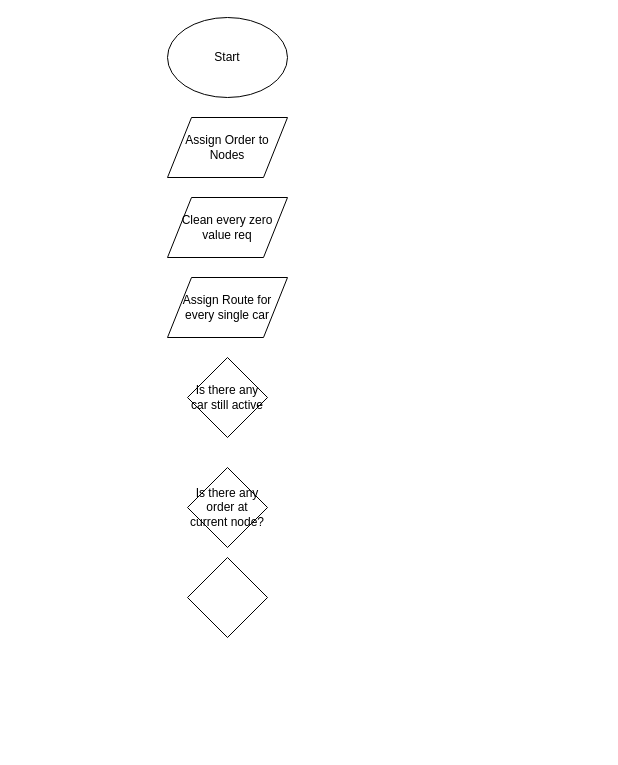
The draw.io diagram FlowchartVRPPD.drawio in AlbertHM/WahahaSystem, before the edit. Source tidied: cells renumbered, new cells numbered last; positions are measured from the earlier drawing's top-left corner, leaving out a move shared by most shapes. Both pictures are drawn from the tidied source at 100%, with x=0, y=0 at pixel (167, 17).
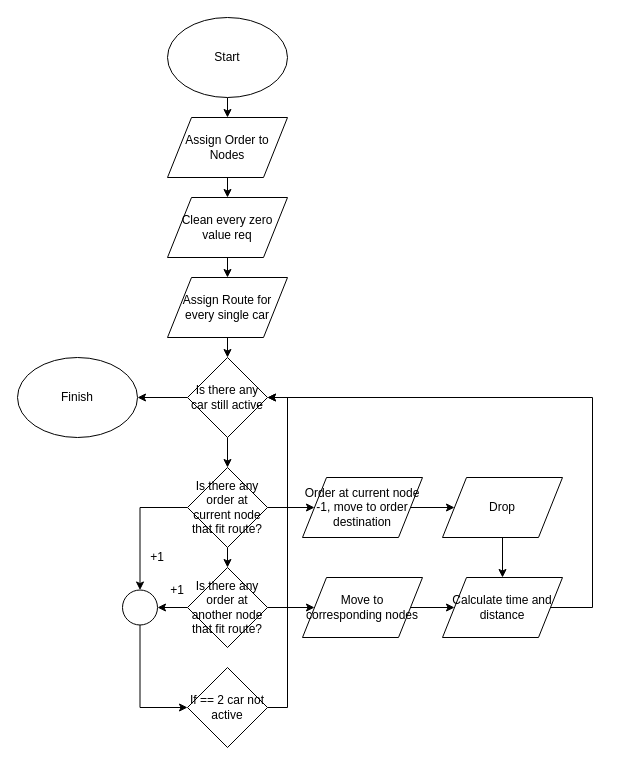
Above is the later version.

Unchanged cells that the change refers to:
```xml
<mxCell id="2" value="Start" style="ellipse;whiteSpace=wrap;html=1;" parent="1" vertex="1">
  <mxGeometry width="120" height="80" as="geometry" />
</mxCell>
<mxCell id="3" value="Assign Order to Nodes" style="shape=parallelogram;perimeter=parallelogramPerimeter;whiteSpace=wrap;html=1;" parent="1" vertex="1">
  <mxGeometry y="100" width="120" height="60" as="geometry" />
</mxCell>
<mxCell id="4" value="Clean every zero value req" style="shape=parallelogram;perimeter=parallelogramPerimeter;whiteSpace=wrap;html=1;" parent="1" vertex="1">
  <mxGeometry y="180" width="120" height="60" as="geometry" />
</mxCell>
<mxCell id="5" value="Assign Route for every single car" style="shape=parallelogram;perimeter=parallelogramPerimeter;whiteSpace=wrap;html=1;" parent="1" vertex="1">
  <mxGeometry y="260" width="120" height="60" as="geometry" />
</mxCell>
<mxCell id="6" value="Is there any car still active" style="rhombus;whiteSpace=wrap;html=1;" parent="1" vertex="1">
  <mxGeometry x="20" y="340" width="80" height="80" as="geometry" />
</mxCell>
```

Diff of the diagram source:
```diff
@@
+    <mxCell id="9" style="edgeStyle=orthogonalEdgeStyle;rounded=0;jettySize=auto;html=1;exitX=0.5;exitY=1;exitDx=0;exitDy=0;entryX=0.5;entryY=0;entryDx=0;entryDy=0;" parent="1" edge="1" source="2" target="3">
+      <mxGeometry relative="1" as="geometry" />
+    </mxCell>
@@
+    <mxCell id="10" style="edgeStyle=orthogonalEdgeStyle;rounded=0;jettySize=auto;html=1;exitX=0.5;exitY=1;exitDx=0;exitDy=0;entryX=0.5;entryY=0;entryDx=0;entryDy=0;" parent="1" edge="1" source="3" target="4">
+      <mxGeometry relative="1" as="geometry" />
+    </mxCell>
@@
+    <mxCell id="11" style="edgeStyle=orthogonalEdgeStyle;rounded=0;jettySize=auto;html=1;exitX=0.5;exitY=1;exitDx=0;exitDy=0;entryX=0.5;entryY=0;entryDx=0;entryDy=0;" parent="1" edge="1" source="4" target="5">
+      <mxGeometry relative="1" as="geometry" />
+    </mxCell>
@@
+    <mxCell id="12" style="edgeStyle=orthogonalEdgeStyle;rounded=0;jettySize=auto;html=1;exitX=0.5;exitY=1;exitDx=0;exitDy=0;entryX=0.5;entryY=0;entryDx=0;entryDy=0;" parent="1" edge="1" source="5" target="6">
+      <mxGeometry relative="1" as="geometry" />
+    </mxCell>
@@
+    <mxCell id="13" style="edgeStyle=orthogonalEdgeStyle;rounded=0;jettySize=auto;html=1;exitX=0.5;exitY=1;exitDx=0;exitDy=0;entryX=0.5;entryY=0;entryDx=0;entryDy=0;" parent="1" edge="1" source="6" target="7">
+      <mxGeometry relative="1" as="geometry" />
+    </mxCell>
+    <mxCell id="14" style="edgeStyle=orthogonalEdgeStyle;rounded=0;jettySize=auto;html=1;exitX=0;exitY=0.5;exitDx=0;exitDy=0;entryX=1;entryY=0.5;entryDx=0;entryDy=0;" parent="1" edge="1" source="6" target="34">
+      <mxGeometry relative="1" as="geometry" />
+    </mxCell>
@@
+    <mxCell id="15" style="edgeStyle=orthogonalEdgeStyle;rounded=0;jettySize=auto;html=1;exitX=0.5;exitY=1;exitDx=0;exitDy=0;entryX=0.5;entryY=0;entryDx=0;entryDy=0;" parent="1" edge="1" source="7" target="8">
+      <mxGeometry relative="1" as="geometry" />
+    </mxCell>
+    <mxCell id="16" style="edgeStyle=orthogonalEdgeStyle;rounded=0;jettySize=auto;html=1;exitX=1;exitY=0.5;exitDx=0;exitDy=0;entryX=0;entryY=0.5;entryDx=0;entryDy=0;" parent="1" edge="1" source="7" target="21">
+      <mxGeometry relative="1" as="geometry" />
+    </mxCell>
+    <mxCell id="17" style="edgeStyle=orthogonalEdgeStyle;rounded=0;jettySize=auto;html=1;exitX=0;exitY=0.5;exitDx=0;exitDy=0;entryX=0.5;entryY=0;entryDx=0;entryDy=0;" parent="1" edge="1" source="7" target="29">
+      <mxGeometry relative="1" as="geometry" />
+    </mxCell>
-    <mxCell id="7" value="Is there any order at current node?" style="rhombus;whiteSpace=wrap;html=1;" parent="1" vertex="1">
+    <mxCell id="7" value="Is there any order at current node that fit route?" style="rhombus;whiteSpace=wrap;html=1;" parent="1" vertex="1">
       <mxGeometry x="20" y="450" width="80" height="80" as="geometry" />
     </mxCell>
+    <mxCell id="18" style="edgeStyle=orthogonalEdgeStyle;rounded=0;jettySize=auto;html=1;exitX=1;exitY=0.5;exitDx=0;exitDy=0;entryX=0;entryY=0.5;entryDx=0;entryDy=0;" parent="1" edge="1" source="8" target="23">
+      <mxGeometry relative="1" as="geometry" />
+    </mxCell>
+    <mxCell id="19" style="edgeStyle=orthogonalEdgeStyle;rounded=0;jettySize=auto;html=1;exitX=0;exitY=0.5;exitDx=0;exitDy=0;entryX=1;entryY=0.5;entryDx=0;entryDy=0;" parent="1" edge="1" source="8" target="29">
+      <mxGeometry relative="1" as="geometry" />
+    </mxCell>
-    <mxCell id="8" style="rhombus;whiteSpace=wrap;html=1;" parent="1" vertex="1">
-      <mxGeometry x="20" y="540" width="80" height="80" as="geometry" />
+    <mxCell id="8" value="Is there any order at another node that fit route?" style="rhombus;whiteSpace=wrap;html=1;" parent="1" vertex="1">
+      <mxGeometry x="20" y="550" width="80" height="80" as="geometry" />
     </mxCell>
+    <mxCell id="20" style="edgeStyle=orthogonalEdgeStyle;rounded=0;jettySize=auto;html=1;exitX=1;exitY=0.5;exitDx=0;exitDy=0;entryX=0;entryY=0.5;entryDx=0;entryDy=0;" parent="1" edge="1" source="21" target="25">
+      <mxGeometry relative="1" as="geometry" />
+    </mxCell>
+    <mxCell id="21" value="Order at current node -1, move to order destination" style="shape=parallelogram;perimeter=parallelogramPerimeter;whiteSpace=wrap;html=1;" parent="1" vertex="1">
+      <mxGeometry x="135" y="460" width="120" height="60" as="geometry" />
+    </mxCell>
+    <mxCell id="22" style="edgeStyle=orthogonalEdgeStyle;rounded=0;jettySize=auto;html=1;exitX=1;exitY=0.5;exitDx=0;exitDy=0;entryX=0;entryY=0.5;entryDx=0;entryDy=0;" parent="1" edge="1" source="23" target="27">
+      <mxGeometry relative="1" as="geometry" />
+    </mxCell>
+    <mxCell id="23" value="Move to corresponding nodes" style="shape=parallelogram;perimeter=parallelogramPerimeter;whiteSpace=wrap;html=1;" parent="1" vertex="1">
+      <mxGeometry x="135" y="560" width="120" height="60" as="geometry" />
+    </mxCell>
+    <mxCell id="24" style="edgeStyle=orthogonalEdgeStyle;rounded=0;jettySize=auto;html=1;exitX=0.5;exitY=1;exitDx=0;exitDy=0;entryX=0.5;entryY=0;entryDx=0;entryDy=0;" parent="1" edge="1" source="25" target="27">
+      <mxGeometry relative="1" as="geometry" />
+    </mxCell>
+    <mxCell id="25" value="Drop" style="shape=parallelogram;perimeter=parallelogramPerimeter;whiteSpace=wrap;html=1;" parent="1" vertex="1">
+      <mxGeometry x="275" y="460" width="120" height="60" as="geometry" />
+    </mxCell>
+    <mxCell id="26" style="edgeStyle=orthogonalEdgeStyle;rounded=0;jettySize=auto;html=1;exitX=1;exitY=0.5;exitDx=0;exitDy=0;entryX=1;entryY=0.5;entryDx=0;entryDy=0;" parent="1" edge="1" source="27" target="6">
+      <mxGeometry relative="1" as="geometry">
+        <Array as="points">
+          <mxPoint x="425" y="590" />
+          <mxPoint x="425" y="380" />
+        </Array>
+      </mxGeometry>
+    </mxCell>
+    <mxCell id="27" value="Calculate time and distance" style="shape=parallelogram;perimeter=parallelogramPerimeter;whiteSpace=wrap;html=1;" parent="1" vertex="1">
+      <mxGeometry x="275" y="560" width="120" height="60" as="geometry" />
+    </mxCell>
+    <mxCell id="28" style="edgeStyle=orthogonalEdgeStyle;rounded=0;jettySize=auto;html=1;exitX=0.5;exitY=1;exitDx=0;exitDy=0;entryX=0;entryY=0.5;entryDx=0;entryDy=0;" parent="1" edge="1" source="29" target="33">
+      <mxGeometry relative="1" as="geometry" />
+    </mxCell>
+    <mxCell id="29" style="ellipse;whiteSpace=wrap;html=1;" parent="1" vertex="1">
+      <mxGeometry x="-45" y="572.5" width="35" height="35" as="geometry" />
+    </mxCell>
+    <mxCell id="30" value="+1" style="text;html=1;strokeColor=none;fillColor=none;align=center;verticalAlign=middle;whiteSpace=wrap;rounded=0;" parent="1" vertex="1">
+      <mxGeometry x="-30" y="530" width="40" height="20" as="geometry" />
+    </mxCell>
+    <mxCell id="31" value="+1" style="text;html=1;strokeColor=none;fillColor=none;align=center;verticalAlign=middle;whiteSpace=wrap;rounded=0;" parent="1" vertex="1">
+      <mxGeometry x="-10" y="562.5" width="40" height="20" as="geometry" />
+    </mxCell>
+    <mxCell id="32" style="edgeStyle=orthogonalEdgeStyle;rounded=0;jettySize=auto;html=1;exitX=1;exitY=0.5;exitDx=0;exitDy=0;entryX=1;entryY=0.5;entryDx=0;entryDy=0;" parent="1" edge="1" source="33" target="6">
+      <mxGeometry relative="1" as="geometry" />
+    </mxCell>
+    <mxCell id="33" value="If == 2 car not active" style="rhombus;whiteSpace=wrap;html=1;" parent="1" vertex="1">
+      <mxGeometry x="20" y="650" width="80" height="80" as="geometry" />
+    </mxCell>
+    <mxCell id="34" value="Finish" style="ellipse;whiteSpace=wrap;html=1;" parent="1" vertex="1">
+      <mxGeometry x="-150" y="340" width="120" height="80" as="geometry" />
+    </mxCell>
```
